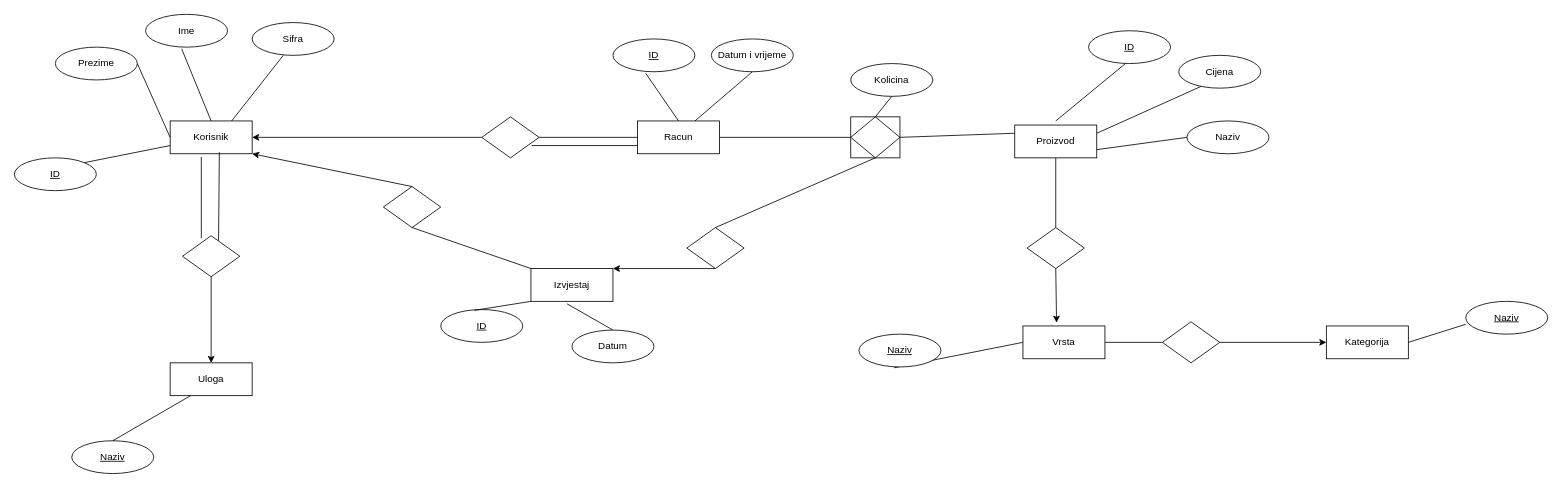
Earlier version of the draw.io diagram CashRegisterDatabase (copy).drawio (nikto3/CashRegister). Source tidied: cells renumbered, new cells numbered last; positions are measured from the earlier drawing's top-left corner, leaving out a move shared by most shapes. Both pictures are drawn from the tidied source at 82%, with x=0, y=0 at pixel (14, 14).
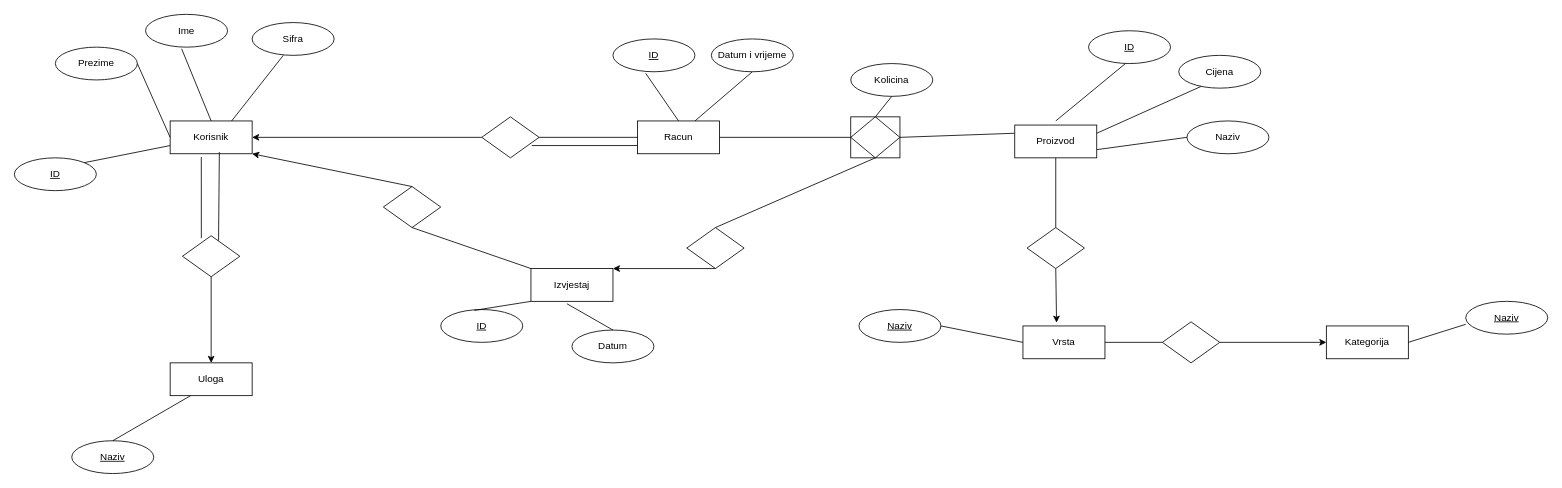
After the change.

The change refers to these unchanged cells:
```xml
<mxCell id="61" value="Vrsta" style="whiteSpace=wrap;html=1;align=center;" parent="1" vertex="1">
  <mxGeometry x="1230" y="380" width="100" height="40" as="geometry" />
</mxCell>
```

Change to the diagram source:
```diff
@@
-    <mxCell id="50" style="endArrow=none;html=1;rounded=0;entryX=0.43;entryY=1.025;entryDx=0;entryDy=0;exitX=0;exitY=0.5;exitDx=0;exitDy=0;entryPerimeter=0;" parent="1" edge="1" source="61" target="51">
+    <mxCell id="50" style="endArrow=none;html=1;rounded=0;entryX=1;entryY=0.5;entryDx=0;entryDy=0;exitX=0;exitY=0.5;exitDx=0;exitDy=0;" parent="1" edge="1" source="61" target="51">
       <mxGeometry relative="1" as="geometry" />
     </mxCell>
     <mxCell id="51" value="Naziv" style="ellipse;whiteSpace=wrap;html=1;align=center;fontStyle=4;" parent="1" vertex="1">
-      <mxGeometry x="1030" y="390" width="100" height="40" as="geometry" />
+      <mxGeometry x="1030" y="360" width="100" height="40" as="geometry" />
     </mxCell>
```
